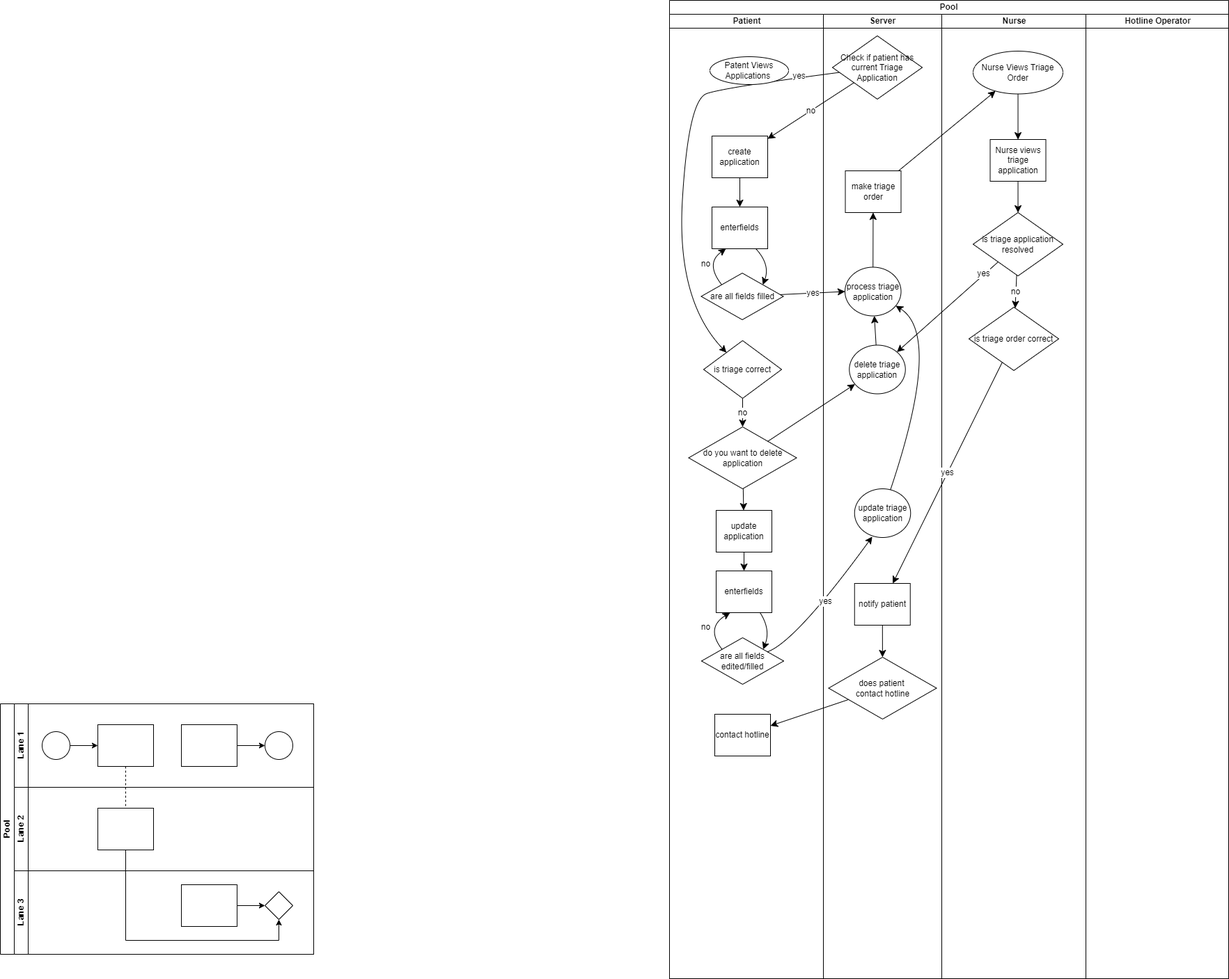
Earlier version of the draw.io export Milestone2/activityDiagrams/Copy of swimlanediagram.drawio.png (SENG-350-2024-fall/Team5). Source tidied: cells renumbered, new cells last; positions are measured from the earlier drawing's top-left corner, leaving out a move shared by most shapes.
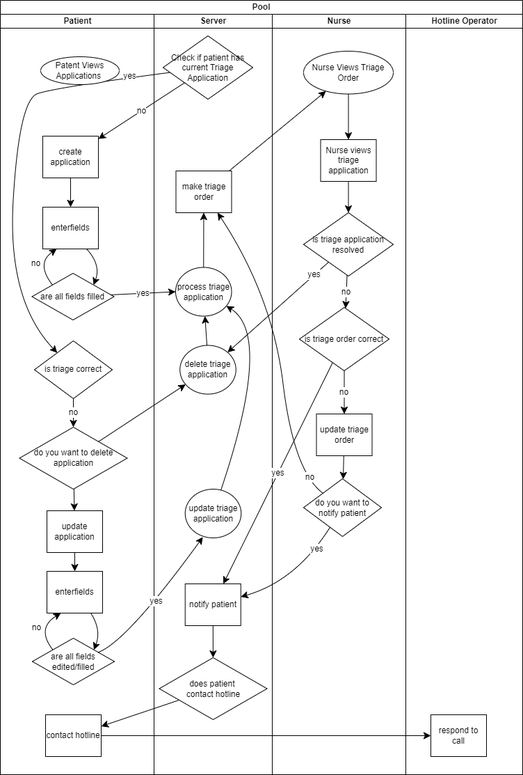
After the commit.

Change to the diagram source:
```diff
@@ -3,10 +3,10 @@
     <mxCell id="0" />
     <mxCell id="1" parent="0" />
     <mxCell id="2" value="Pool" style="swimlane;html=1;startSize=20;whiteSpace=wrap;" parent="1" vertex="1">
-      <mxGeometry x="961" width="803" height="1406" as="geometry" />
+      <mxGeometry x="961" width="751" height="1112" as="geometry" />
     </mxCell>
     <mxCell id="3" value="Patient" style="swimlane;html=1;startSize=20;" parent="2" vertex="1">
-      <mxGeometry y="20" width="221" height="1386" as="geometry" />
+      <mxGeometry y="20" width="221" height="1092" as="geometry" />
     </mxCell>
     <mxCell id="4" style="edgeStyle=none;curved=1;rounded=0;jettySize=auto;html=1;fontSize=12;startSize=8;endSize=8;" parent="3" edge="1" source="5" target="7">
       <mxGeometry relative="1" as="geometry" />
@@ -44,7 +44,7 @@
       <mxGeometry x="65" y="1006" width="80" height="60" as="geometry" />
     </mxCell>
     <mxCell id="13" value="Server" style="swimlane;html=1;startSize=20;" parent="2" vertex="1">
-      <mxGeometry x="221" y="20" width="170" height="1386" as="geometry" />
+      <mxGeometry x="221" y="20" width="170" height="1092" as="geometry" />
     </mxCell>
     <mxCell id="14" value="update triage application" style="ellipse;whiteSpace=wrap;html=1;" parent="13" vertex="1">
       <mxGeometry x="44.8" y="682" width="80.5" height="70" as="geometry" />
@@ -59,7 +59,7 @@
       <mxGeometry x="7.5" y="924" width="155" height="89" as="geometry" />
     </mxCell>
     <mxCell id="18" value="Nurse" style="swimlane;html=1;startSize=20;" parent="2" vertex="1">
-      <mxGeometry x="391" y="20" width="207" height="1386" as="geometry" />
+      <mxGeometry x="391" y="20" width="192" height="1092" as="geometry" />
     </mxCell>
     <mxCell id="19" style="edgeStyle=none;curved=1;rounded=0;jettySize=auto;html=1;fontSize=12;startSize=8;endSize=8;" parent="18" edge="1" source="20" target="22">
       <mxGeometry relative="1" as="geometry" />
@@ -73,12 +73,27 @@
     <mxCell id="22" value="is triage application resolved" style="rhombus;whiteSpace=wrap;html=1;fontFamily=Helvetica;fontSize=12;fontColor=#000000;align=center;" parent="18" vertex="1">
       <mxGeometry x="45" y="285" width="129" height="91" as="geometry" />
     </mxCell>
+    <mxCell id="68" value="no" style="edgeStyle=none;curved=1;rounded=0;jettySize=auto;html=1;fontSize=12;startSize=8;endSize=8;" parent="18" edge="1" source="23" target="70">
+      <mxGeometry relative="1" as="geometry" />
+    </mxCell>
     <mxCell id="23" value="is triage order correct" style="rhombus;whiteSpace=wrap;html=1;fontFamily=Helvetica;fontSize=12;fontColor=#000000;align=center;" parent="18" vertex="1">
       <mxGeometry x="39" y="421" width="129" height="91" as="geometry" />
     </mxCell>
+    <mxCell id="69" style="edgeStyle=none;curved=1;rounded=0;jettySize=auto;html=1;fontSize=12;startSize=8;endSize=8;" parent="18" edge="1" source="70" target="71">
+      <mxGeometry relative="1" as="geometry" />
+    </mxCell>
+    <mxCell id="70" value="update triage order" style="rounded=0;whiteSpace=wrap;html=1;fontFamily=Helvetica;fontSize=12;fontColor=#000000;align=center;" parent="18" vertex="1">
+      <mxGeometry x="63.5" y="574" width="80" height="60" as="geometry" />
+    </mxCell>
+    <mxCell id="71" value="do you want to notify patient" style="rhombus;whiteSpace=wrap;html=1;fontFamily=Helvetica;fontSize=12;fontColor=#000000;align=center;" parent="18" vertex="1">
+      <mxGeometry x="45" y="667" width="112" height="83" as="geometry" />
+    </mxCell>
     <mxCell id="24" value="Hotline Operator" style="swimlane;html=1;startSize=20;" parent="2" vertex="1">
-      <mxGeometry x="598" y="20" width="205" height="1386" as="geometry" />
+      <mxGeometry x="583" y="20" width="168" height="1092" as="geometry" />
     </mxCell>
+    <mxCell id="72" value="respond to call" style="rounded=0;whiteSpace=wrap;html=1;fontFamily=Helvetica;fontSize=12;fontColor=#000000;align=center;" parent="24" vertex="1">
+      <mxGeometry x="36" y="1006" width="80" height="60" as="geometry" />
+    </mxCell>
     <mxCell id="25" value="yes" style="edgeStyle=none;curved=1;rounded=0;jettySize=auto;html=1;entryX=0.316;entryY=0.983;entryDx=0;entryDy=0;entryPerimeter=0;fontSize=12;startSize=8;endSize=8;" parent="2" edge="1" source="11" target="14">
       <mxGeometry relative="1" as="geometry">
         <Array as="points">
@@ -92,59 +107,16 @@
     <mxCell id="27" style="edgeStyle=none;curved=1;rounded=0;jettySize=auto;html=1;fontSize=12;startSize=8;endSize=8;" parent="2" edge="1" source="17" target="12">
       <mxGeometry relative="1" as="geometry" />
     </mxCell>
-    <mxCell id="28" value="Pool" style="swimlane;html=1;horizontal=0;startSize=20;" parent="1" vertex="1">
-      <mxGeometry y="1011" width="450" height="360" as="geometry" />
-    </mxCell>
-    <mxCell id="29" style="edgeStyle=orthogonalEdgeStyle;rounded=0;jettySize=auto;html=1;dashed=1;endArrow=none;endFill=0;" parent="28" edge="1" source="34" target="39">
-      <mxGeometry relative="1" as="geometry" />
-    </mxCell>
-    <mxCell id="30" style="edgeStyle=orthogonalEdgeStyle;rounded=0;jettySize=auto;html=1;endArrow=classic;endFill=1;" parent="28" edge="1" source="39" target="43">
-      <mxGeometry relative="1" as="geometry">
-        <Array as="points">
-          <mxPoint x="180" y="340" />
-          <mxPoint x="400" y="340" />
-        </Array>
-      </mxGeometry>
-    </mxCell>
-    <mxCell id="31" value="Lane 1" style="swimlane;html=1;startSize=20;horizontal=0;" parent="28" vertex="1">
-      <mxGeometry x="20" width="430" height="120" as="geometry" />
-    </mxCell>
-    <mxCell id="32" style="edgeStyle=orthogonalEdgeStyle;rounded=0;jettySize=auto;html=1;" parent="31" edge="1" source="33" target="34">
-      <mxGeometry relative="1" as="geometry" />
-    </mxCell>
-    <mxCell id="33" style="ellipse;whiteSpace=wrap;html=1;" parent="31" vertex="1">
-      <mxGeometry x="40" y="40" width="40" height="40" as="geometry" />
-    </mxCell>
-    <mxCell id="34" style="rounded=0;whiteSpace=wrap;html=1;fontFamily=Helvetica;fontSize=12;fontColor=#000000;align=center;" parent="31" vertex="1">
-      <mxGeometry x="120" y="30" width="80" height="60" as="geometry" />
-    </mxCell>
-    <mxCell id="35" style="edgeStyle=orthogonalEdgeStyle;rounded=0;jettySize=auto;html=1;endArrow=classic;endFill=1;" parent="31" edge="1" source="36" target="37">
-      <mxGeometry relative="1" as="geometry" />
-    </mxCell>
-    <mxCell id="36" style="rounded=0;whiteSpace=wrap;html=1;fontFamily=Helvetica;fontSize=12;fontColor=#000000;align=center;" parent="31" vertex="1">
-      <mxGeometry x="240" y="30" width="80" height="60" as="geometry" />
-    </mxCell>
-    <mxCell id="37" style="ellipse;whiteSpace=wrap;html=1;" parent="31" vertex="1">
-      <mxGeometry x="360" y="40" width="40" height="40" as="geometry" />
-    </mxCell>
-    <mxCell id="38" value="Lane 2" style="swimlane;html=1;startSize=20;horizontal=0;" parent="28" vertex="1">
-      <mxGeometry x="20" y="120" width="430" height="120" as="geometry" />
-    </mxCell>
-    <mxCell id="39" style="rounded=0;whiteSpace=wrap;html=1;fontFamily=Helvetica;fontSize=12;fontColor=#000000;align=center;" parent="38" vertex="1">
-      <mxGeometry x="120" y="30" width="80" height="60" as="geometry" />
-    </mxCell>
-    <mxCell id="40" value="Lane 3" style="swimlane;html=1;startSize=20;horizontal=0;" parent="28" vertex="1">
-      <mxGeometry x="20" y="240" width="430" height="120" as="geometry" />
-    </mxCell>
-    <mxCell id="41" style="edgeStyle=orthogonalEdgeStyle;rounded=0;jettySize=auto;html=1;endArrow=classic;endFill=1;" parent="40" edge="1" source="42" target="43">
-      <mxGeometry relative="1" as="geometry" />
-    </mxCell>
-    <mxCell id="42" style="rounded=0;whiteSpace=wrap;html=1;fontFamily=Helvetica;fontSize=12;fontColor=#000000;align=center;" parent="40" vertex="1">
-      <mxGeometry x="240" y="20" width="80" height="60" as="geometry" />
-    </mxCell>
-    <mxCell id="43" style="rhombus;whiteSpace=wrap;html=1;fontFamily=Helvetica;fontSize=12;fontColor=#000000;align=center;" parent="40" vertex="1">
-      <mxGeometry x="360" y="30" width="40" height="40" as="geometry" />
-    </mxCell>
+    <mxCell id="73" style="edgeStyle=none;curved=1;rounded=0;jettySize=auto;html=1;fontSize=12;startSize=8;endSize=8;" parent="2" edge="1" source="12" target="72">
+      <mxGeometry relative="1" as="geometry" />
+    </mxCell>
+    <mxCell id="74" value="yes" style="edgeStyle=none;curved=1;rounded=0;jettySize=auto;html=1;fontSize=12;startSize=8;endSize=8;" parent="2" edge="1" source="71" target="16">
+      <mxGeometry x="-0.58" y="1" relative="1" as="geometry">
+        <Array as="points">
+          <mxPoint x="425" y="834" />
+        </Array>
+      </mxGeometry>
+    </mxCell>
     <mxCell id="44" style="edgeStyle=none;curved=1;rounded=0;jettySize=auto;html=1;fontSize=12;startSize=8;endSize=8;" parent="1" edge="1" source="45" target="54">
       <mxGeometry relative="1" as="geometry" />
     </mxCell>
@@ -235,5 +207,13 @@
     <mxCell id="67" value="yes" style="edgeStyle=none;curved=1;rounded=0;jettySize=auto;html=1;fontSize=12;startSize=8;endSize=8;" parent="1" edge="1" source="22" target="62">
       <mxGeometry x="-0.72" y="-1" relative="1" as="geometry" />
     </mxCell>
+    <mxCell id="75" value="no" style="edgeStyle=none;curved=1;rounded=0;jettySize=auto;html=1;fontSize=12;startSize=8;endSize=8;" parent="1" edge="1" source="71" target="65">
+      <mxGeometry x="-0.87" y="-7" relative="1" as="geometry">
+        <Array as="points">
+          <mxPoint x="1383" y="677" />
+          <mxPoint x="1352" y="424" />
+        </Array>
+      </mxGeometry>
+    </mxCell>
   </root>
 </mxGraphModel>
```
